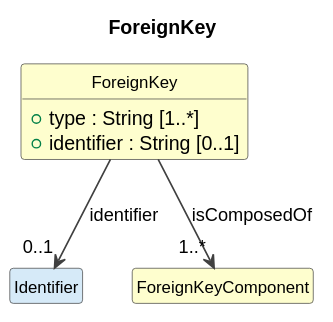
Above: cdif-uml-model/cdifDataStructure/Classes/ForeignKey.svg in Cross-Domain-Interoperability-Framework/metadataBuildingBlocks (PlantUML), before the change.
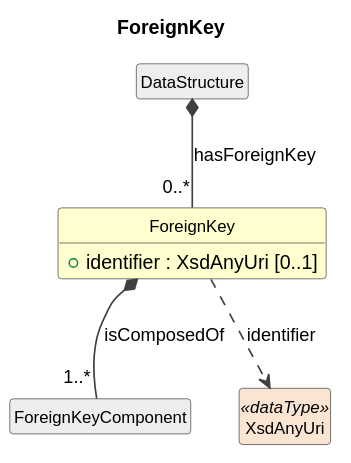
The same file after the commit.

The edit, as a diff of the source:
```diff
@@ -11,14 +11,12 @@
 }
 
 class "ForeignKey" as ForeignKey #FEFECE {
-  +type : String [1..*]
-  +identifier : String [0..1]
+  +identifier : XsdAnyUri [0..1]
 }
-
-class "Identifier" as Identifier #D6EAF8
-
-class "ForeignKeyComponent" as ForeignKeyComponent #FEFECE
-
-ForeignKey --> "0..1" Identifier : identifier
-ForeignKey --> "1..*" ForeignKeyComponent : isComposedOf
+class "DataStructure" as DataStructure #EEEEEE
+DataStructure *-- "0..*" ForeignKey : hasForeignKey
+class "ForeignKeyComponent" as ForeignKeyComponent #EEEEEE
+ForeignKey *-- "1..*" ForeignKeyComponent : isComposedOf
+class "XsdAnyUri" as XsdAnyUri <<dataType>> #FAE5D3
+ForeignKey ..> XsdAnyUri : identifier
 @enduml
```
